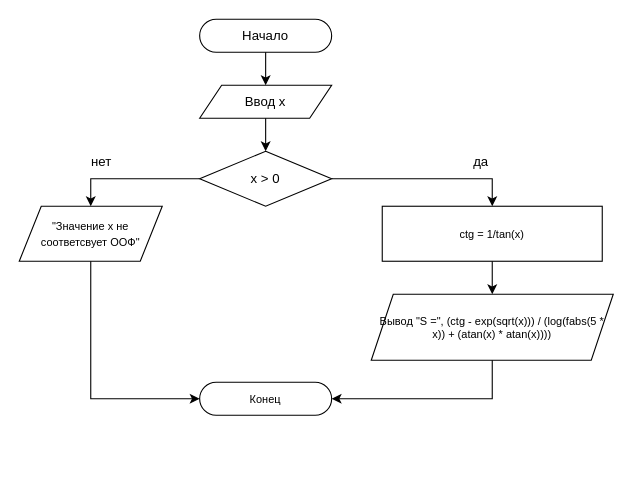
The draw.io diagram page "EX_2" (2 of 9) of Диаграмма без названия.drawio in mrkrein/Voenmeh, before the edit. Source tidied: cells renumbered, new cells numbered last; positions are measured from the earlier drawing's top-left corner, leaving out a move shared by most shapes. Both pictures are drawn from the tidied source at 110%, with x=0, y=0 at pixel (19, 19).
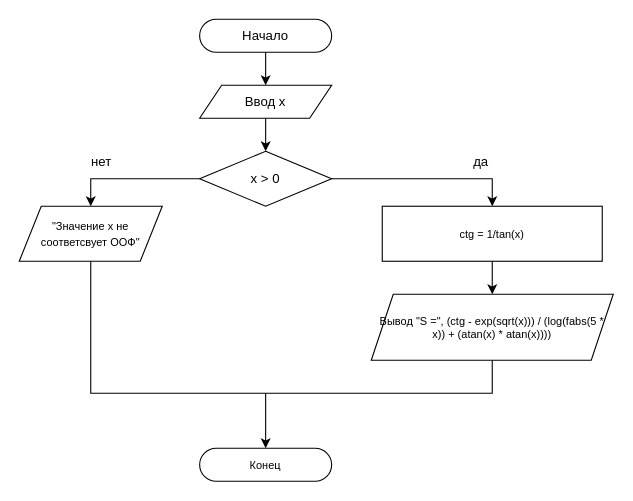
Above is the later version.

Unchanged cells that the change refers to:
```xml
<mxCell id="7" value="&lt;font style=&quot;font-size: 10px;&quot;&gt;&quot;Значение x не соответсвует ООФ&quot;&lt;/font&gt;" style="shape=parallelogram;perimeter=parallelogramPerimeter;whiteSpace=wrap;html=1;fixedSize=1;" parent="1" vertex="1">
  <mxGeometry y="170" width="130" height="50" as="geometry" />
</mxCell>
<mxCell id="9" value="Вывод &quot;S =&quot;, (ctg - exp(sqrt(x))) / (log(fabs(5 * x)) + (atan(x) * atan(x))))" style="shape=parallelogram;perimeter=parallelogramPerimeter;whiteSpace=wrap;html=1;fixedSize=1;fontSize=10;" parent="1" vertex="1">
  <mxGeometry x="320" y="250" width="220" height="60" as="geometry" />
</mxCell>
```

The edit, as a diff of the source:
```diff
@@
     <mxCell id="10" value="Конец" style="rounded=1;whiteSpace=wrap;html=1;fontSize=10;arcSize=50;" parent="1" vertex="1">
-      <mxGeometry x="164" y="330" width="120" height="30" as="geometry" />
+      <mxGeometry x="164" y="390" width="120" height="30" as="geometry" />
     </mxCell>
@@
-    <mxCell id="16" style="endArrow=classic;html=1;rounded=0;fontSize=10;exitX=0.5;exitY=1;exitDx=0;exitDy=0;entryX=0;entryY=0.5;entryDx=0;entryDy=0;" parent="1" edge="1" source="7" target="10">
-      <mxGeometry relative="1" as="geometry">
-        <Array as="points">
-          <mxPoint x="65" y="345" />
-        </Array>
-      </mxGeometry>
-    </mxCell>
-    <mxCell id="17" style="endArrow=classic;html=1;rounded=0;fontSize=10;exitX=0.5;exitY=1;exitDx=0;exitDy=0;entryX=1;entryY=0.5;entryDx=0;entryDy=0;" parent="1" edge="1" source="9" target="10">
-      <mxGeometry relative="1" as="geometry">
-        <Array as="points">
-          <mxPoint x="430" y="345" />
-        </Array>
-      </mxGeometry>
-    </mxCell>
+    <mxCell id="18" style="endArrow=none;html=1;rounded=0;fontSize=10;exitX=0.5;exitY=1;exitDx=0;exitDy=0;entryX=0.5;entryY=1;entryDx=0;entryDy=0;" parent="1" edge="1" source="7" target="9">
+      <mxGeometry relative="1" as="geometry">
+        <Array as="points">
+          <mxPoint x="65" y="340" />
+          <mxPoint x="430" y="340" />
+        </Array>
+      </mxGeometry>
+    </mxCell>
+    <mxCell id="19" style="endArrow=classic;html=1;rounded=0;fontSize=10;entryX=0.5;entryY=0;entryDx=0;entryDy=0;" parent="1" edge="1" target="10">
+      <mxGeometry relative="1" as="geometry">
+        <mxPoint x="224" y="340" as="sourcePoint" />
+      </mxGeometry>
+    </mxCell>
```
